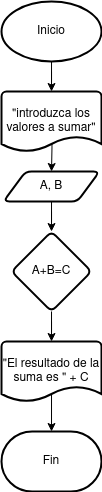
Above: Unidad-1/Images/Diagrama_2.png in DiazLuisAlejandro/programacion (draw.io), before the change. Source tidied: cells renumbered, new cells last; positions are measured from the earlier drawing's top-left corner, leaving out a move shared by most shapes.
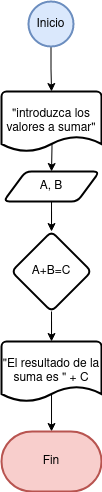
Later version of the same file.

Change to the diagram source:
```diff
@@ -5,8 +5,8 @@
     <mxCell id="2" style="edgeStyle=orthogonalEdgeStyle;rounded=0;jettySize=auto;html=1;" parent="1" edge="1" source="3" target="5">
       <mxGeometry relative="1" as="geometry" />
     </mxCell>
-    <mxCell id="3" value="Inicio" style="strokeWidth=2;html=1;shape=mxgraph.flowchart.start_1;whiteSpace=wrap;" parent="1" vertex="1">
-      <mxGeometry width="100" height="60" as="geometry" />
+    <mxCell id="3" value="Inicio" style="strokeWidth=2;html=1;shape=mxgraph.flowchart.start_1;whiteSpace=wrap;fillColor=#dae8fc;strokeColor=#6c8ebf;" parent="1" vertex="1">
+      <mxGeometry x="27" width="45" height="45" as="geometry" />
     </mxCell>
     <mxCell id="4" style="edgeStyle=orthogonalEdgeStyle;rounded=0;jettySize=auto;html=1;" parent="1" edge="1" target="7">
       <mxGeometry relative="1" as="geometry">
@@ -38,7 +38,7 @@
     <mxCell id="11" value="&quot;El resultado de la suma es &quot; + C" style="strokeWidth=2;html=1;shape=mxgraph.flowchart.document2;whiteSpace=wrap;size=0.25;" parent="1" vertex="1">
       <mxGeometry y="340" width="100" height="60" as="geometry" />
     </mxCell>
-    <mxCell id="12" value="Fin" style="strokeWidth=2;html=1;shape=mxgraph.flowchart.terminator;whiteSpace=wrap;" parent="1" vertex="1">
+    <mxCell id="12" value="Fin" style="strokeWidth=2;html=1;shape=mxgraph.flowchart.terminator;whiteSpace=wrap;fillColor=#f8cecc;strokeColor=#b85450;" parent="1" vertex="1">
       <mxGeometry y="430" width="100" height="60" as="geometry" />
     </mxCell>
   </root>
```
